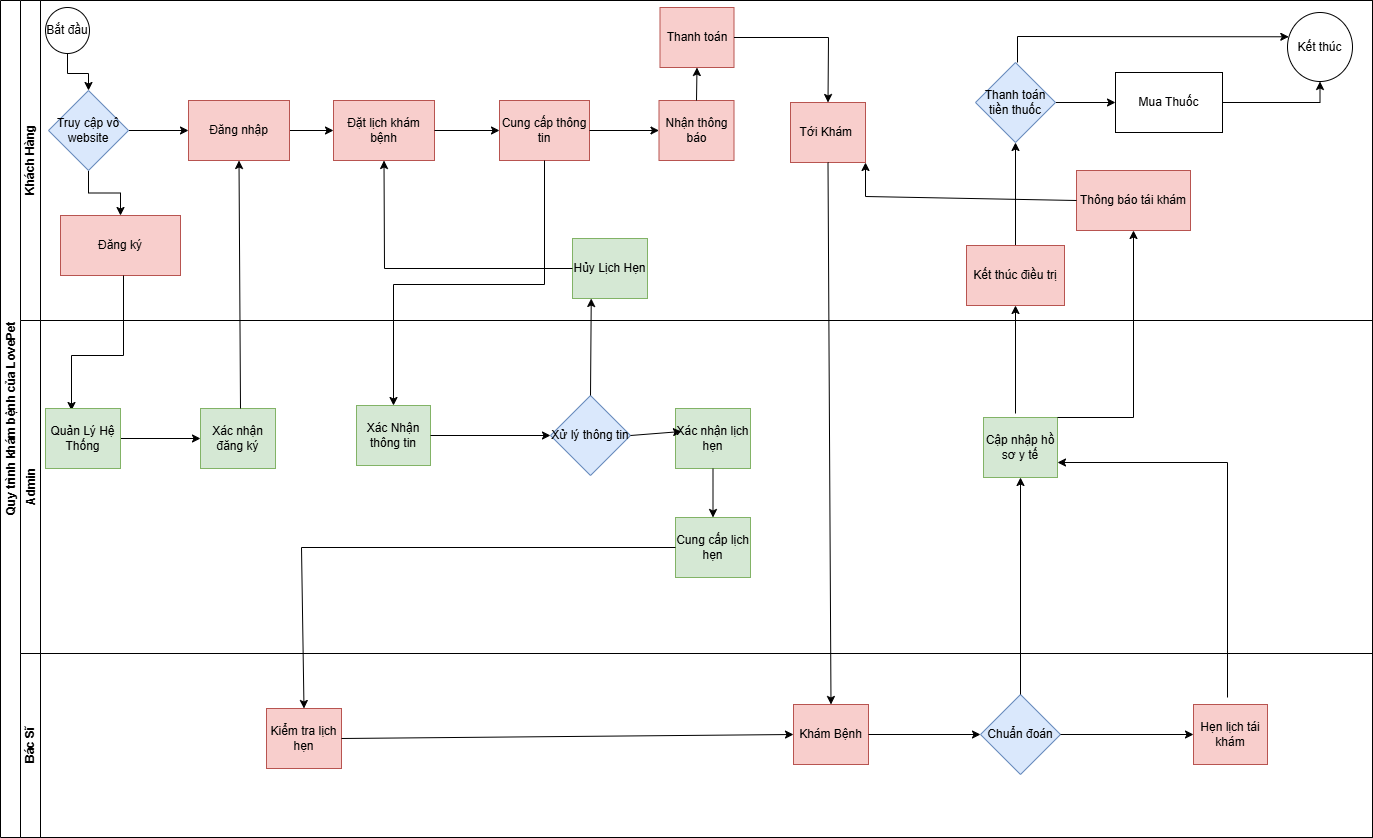
Above: QuyTrinhKhamBenh.drawio.png in Junglou/-n (draw.io), before the change. Source tidied: cells renumbered, new cells last; positions are measured from the earlier drawing's top-left corner, leaving out a move shared by most shapes.
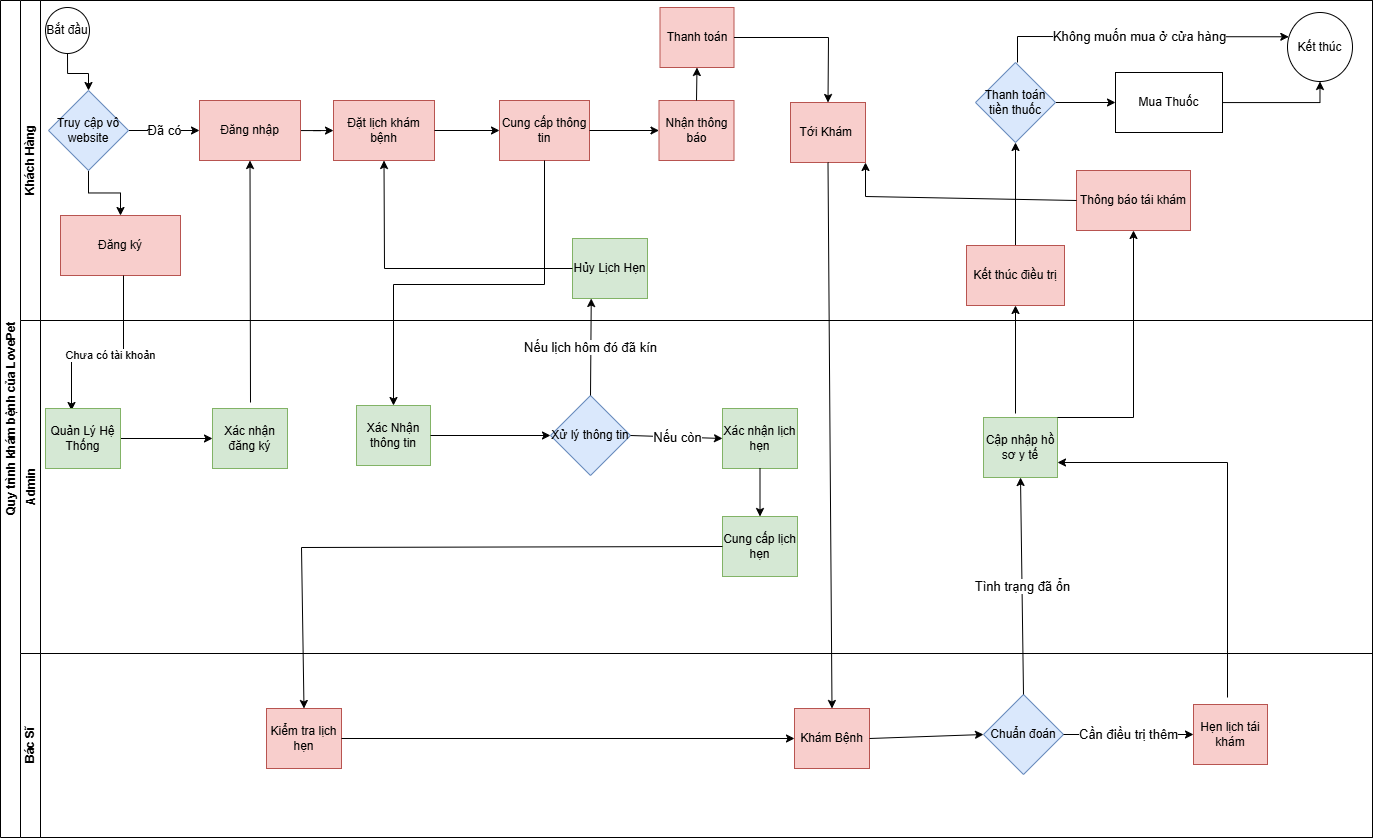
The same file after the commit.

Diff of the diagram source:
```diff
@@ -29,7 +29,7 @@
     <mxCell id="10" value="Thanh toán" style="rounded=0;whiteSpace=wrap;html=1;fillColor=#f8cecc;strokeColor=#b85450;" parent="3" vertex="1">
       <mxGeometry x="639.5" y="7" width="74" height="60" as="geometry" />
     </mxCell>
-    <mxCell id="11" style="edgeStyle=orthogonalEdgeStyle;rounded=0;jettySize=auto;html=1;" parent="3" edge="1" source="13" target="15">
+    <mxCell id="11" value="&lt;font style=&quot;font-size: 13px;&quot;&gt;Đã có&lt;/font&gt;" style="edgeStyle=orthogonalEdgeStyle;rounded=0;jettySize=auto;html=1;" parent="3" edge="1" source="13" target="15">
       <mxGeometry relative="1" as="geometry" />
     </mxCell>
     <mxCell id="12" style="edgeStyle=orthogonalEdgeStyle;rounded=0;jettySize=auto;html=1;" parent="3" edge="1" source="13" target="16">
@@ -42,12 +42,12 @@
       <mxGeometry relative="1" as="geometry" />
     </mxCell>
     <mxCell id="15" value="Đăng nhập" style="whiteSpace=wrap;html=1;fillColor=#f8cecc;strokeColor=#b85450;" parent="3" vertex="1">
-      <mxGeometry x="168" y="100" width="101" height="60" as="geometry" />
+      <mxGeometry x="179" y="100" width="101" height="60" as="geometry" />
     </mxCell>
     <mxCell id="16" value="Đăng ký" style="whiteSpace=wrap;html=1;fillColor=#f8cecc;strokeColor=#b85450;" parent="3" vertex="1">
       <mxGeometry x="40" y="215" width="120" height="60" as="geometry" />
     </mxCell>
-    <mxCell id="17" style="endArrow=classic;html=1;rounded=0;" parent="3" edge="1">
+    <mxCell id="17" value="Chưa có tài khoản" style="endArrow=classic;html=1;rounded=0;" parent="3" edge="1">
       <mxGeometry relative="1" as="geometry">
         <mxPoint x="103" y="275" as="sourcePoint" />
         <mxPoint x="51" y="410" as="targetPoint" />
@@ -87,7 +87,7 @@
     <mxCell id="27" value="Mua Thuốc" style="whiteSpace=wrap;html=1;" parent="3" vertex="1">
       <mxGeometry x="1095" y="72" width="107" height="60" as="geometry" />
     </mxCell>
-    <mxCell id="28" style="endArrow=classic;html=1;rounded=0;exitX=0.5;exitY=0;exitDx=0;exitDy=0;entryX=0.02;entryY=0.352;entryDx=0;entryDy=0;entryPerimeter=0;" parent="3" edge="1" target="9">
+    <mxCell id="28" value="&lt;font style=&quot;font-size: 13px;&quot;&gt;Không muốn mua ở cửa hàng&lt;/font&gt;" style="endArrow=classic;html=1;rounded=0;exitX=0.5;exitY=0;exitDx=0;exitDy=0;entryX=0.02;entryY=0.352;entryDx=0;entryDy=0;entryPerimeter=0;" parent="3" edge="1" target="9">
       <mxGeometry relative="1" as="geometry">
         <mxPoint x="997" y="62" as="sourcePoint" />
         <Array as="points">
@@ -132,7 +132,7 @@
       <mxGeometry x="25" y="88" width="75" height="60" as="geometry" />
     </mxCell>
     <mxCell id="37" value="Xác nhận lịch hẹn" style="whiteSpace=wrap;html=1;fillColor=#d5e8d4;strokeColor=#82b366;" parent="34" vertex="1">
-      <mxGeometry x="655" y="88" width="75" height="60" as="geometry" />
+      <mxGeometry x="702" y="88" width="75" height="60" as="geometry" />
     </mxCell>
     <mxCell id="38" value="Cập nhập hồ sơ y tế" style="whiteSpace=wrap;html=1;fillColor=#d5e8d4;strokeColor=#82b366;" parent="34" vertex="1">
       <mxGeometry x="963" y="97" width="74" height="60" as="geometry" />
@@ -141,26 +141,24 @@
       <mxGeometry x="336" y="85" width="74" height="60" as="geometry" />
     </mxCell>
     <mxCell id="40" value="Cung cấp lịch hẹn" style="whiteSpace=wrap;html=1;fillColor=#d5e8d4;strokeColor=#82b366;" parent="34" vertex="1">
-      <mxGeometry x="655" y="197" width="75" height="60" as="geometry" />
+      <mxGeometry x="702" y="196" width="75" height="60" as="geometry" />
     </mxCell>
     <mxCell id="41" value="Xử lý thông tin" style="rhombus;whiteSpace=wrap;html=1;fillColor=#dae8fc;strokeColor=#6c8ebf;" parent="34" vertex="1">
       <mxGeometry x="530" y="75" width="80" height="80" as="geometry" />
     </mxCell>
     <mxCell id="42" value="Xác nhận đăng ký" style="whiteSpace=wrap;html=1;fillColor=#d5e8d4;strokeColor=#82b366;" parent="34" vertex="1">
-      <mxGeometry x="180" y="88" width="75" height="60" as="geometry" />
+      <mxGeometry x="192" y="88" width="75" height="60" as="geometry" />
     </mxCell>
     <mxCell id="43" style="endArrow=classic;html=1;rounded=0;entryX=0.5;entryY=1;entryDx=0;entryDy=0;" parent="34" edge="1" target="15">
       <mxGeometry relative="1" as="geometry">
-        <mxPoint x="220" y="88" as="sourcePoint" />
+        <mxPoint x="230" y="82" as="sourcePoint" />
       </mxGeometry>
     </mxCell>
     <mxCell id="44" style="endArrow=classic;html=1;rounded=0;exitX=1;exitY=0.5;exitDx=0;exitDy=0;entryX=0;entryY=0.5;entryDx=0;entryDy=0;" parent="34" edge="1" source="39" target="41">
       <mxGeometry relative="1" as="geometry" />
     </mxCell>
-    <mxCell id="45" style="endArrow=classic;html=1;rounded=0;exitX=1;exitY=0.5;exitDx=0;exitDy=0;" parent="34" edge="1" source="41">
-      <mxGeometry relative="1" as="geometry">
-        <mxPoint x="661" y="111" as="targetPoint" />
-      </mxGeometry>
+    <mxCell id="45" value="&lt;font style=&quot;font-size: 13px;&quot;&gt;Nếu còn&lt;/font&gt;" style="endArrow=classic;html=1;rounded=0;exitX=1;exitY=0.5;exitDx=0;exitDy=0;entryX=0;entryY=0.5;entryDx=0;entryDy=0;" parent="34" edge="1" source="41" target="37">
+      <mxGeometry relative="1" as="geometry" />
     </mxCell>
     <mxCell id="46" style="endArrow=classic;html=1;rounded=0;exitX=0.5;exitY=1;exitDx=0;exitDy=0;entryX=0.5;entryY=0;entryDx=0;entryDy=0;" parent="34" edge="1" source="37" target="40">
       <mxGeometry relative="1" as="geometry" />
@@ -180,10 +178,10 @@
       <mxGeometry x="246" y="55" width="75" height="60" as="geometry" />
     </mxCell>
     <mxCell id="50" value="Chuẩn đoán" style="rhombus;whiteSpace=wrap;html=1;fillColor=#dae8fc;strokeColor=#6c8ebf;" parent="48" vertex="1">
-      <mxGeometry x="960" y="41" width="80" height="80" as="geometry" />
+      <mxGeometry x="963" y="41" width="80" height="80" as="geometry" />
     </mxCell>
     <mxCell id="51" value="Khám Bệnh" style="whiteSpace=wrap;html=1;fillColor=#f8cecc;strokeColor=#b85450;" parent="48" vertex="1">
-      <mxGeometry x="773" y="51" width="75" height="60" as="geometry" />
+      <mxGeometry x="774" y="55" width="75" height="60" as="geometry" />
     </mxCell>
     <mxCell id="52" value="Hẹn lịch tái khám" style="whiteSpace=wrap;html=1;fillColor=#f8cecc;strokeColor=#b85450;" parent="48" vertex="1">
       <mxGeometry x="1173" y="51" width="74" height="60" as="geometry" />
@@ -194,10 +192,10 @@
     <mxCell id="54" style="endArrow=classic;html=1;rounded=0;exitX=1;exitY=0.5;exitDx=0;exitDy=0;entryX=0;entryY=0.5;entryDx=0;entryDy=0;" parent="48" edge="1" source="51" target="50">
       <mxGeometry relative="1" as="geometry" />
     </mxCell>
-    <mxCell id="55" style="endArrow=classic;html=1;rounded=0;exitX=1;exitY=0.5;exitDx=0;exitDy=0;entryX=0;entryY=0.5;entryDx=0;entryDy=0;" parent="48" edge="1" source="50" target="52">
+    <mxCell id="55" value="&lt;font style=&quot;font-size: 13px;&quot;&gt;Cần điều trị thêm&lt;/font&gt;" style="endArrow=classic;html=1;rounded=0;exitX=1;exitY=0.5;exitDx=0;exitDy=0;entryX=0;entryY=0.5;entryDx=0;entryDy=0;" parent="48" edge="1" source="50" target="52">
       <mxGeometry relative="1" as="geometry" />
     </mxCell>
-    <mxCell id="56" style="endArrow=classic;html=1;rounded=0;exitX=0.5;exitY=0;exitDx=0;exitDy=0;entryX=0.25;entryY=1;entryDx=0;entryDy=0;" parent="2" edge="1" source="41" target="21">
+    <mxCell id="56" value="&lt;font style=&quot;font-size: 13px;&quot;&gt;Nếu lịch hôm đó đã kín&lt;/font&gt;" style="endArrow=classic;html=1;rounded=0;exitX=0.5;exitY=0;exitDx=0;exitDy=0;entryX=0.25;entryY=1;entryDx=0;entryDy=0;" parent="2" edge="1" source="41" target="21">
       <mxGeometry relative="1" as="geometry" />
     </mxCell>
     <mxCell id="57" style="endArrow=classic;html=1;rounded=0;exitX=0;exitY=0.5;exitDx=0;exitDy=0;entryX=0.5;entryY=0;entryDx=0;entryDy=0;" parent="2" edge="1" source="40" target="49">
@@ -210,7 +208,7 @@
     <mxCell id="58" style="endArrow=classic;html=1;rounded=0;exitX=0.5;exitY=1;exitDx=0;exitDy=0;entryX=0.5;entryY=0;entryDx=0;entryDy=0;" parent="2" edge="1" source="7" target="51">
       <mxGeometry relative="1" as="geometry" />
     </mxCell>
-    <mxCell id="59" style="endArrow=classic;html=1;rounded=0;exitX=0.5;exitY=0;exitDx=0;exitDy=0;entryX=0.5;entryY=1;entryDx=0;entryDy=0;" parent="2" edge="1" source="50" target="38">
+    <mxCell id="59" value="&lt;font style=&quot;font-size: 13px;&quot;&gt;Tình trạng đã ổn&lt;/font&gt;" style="endArrow=classic;html=1;rounded=0;exitX=0.5;exitY=0;exitDx=0;exitDy=0;entryX=0.5;entryY=1;entryDx=0;entryDy=0;" parent="2" edge="1" source="50" target="38">
       <mxGeometry relative="1" as="geometry" />
     </mxCell>
     <mxCell id="60" style="endArrow=classic;html=1;rounded=0;entryX=0.5;entryY=1;entryDx=0;entryDy=0;" parent="2" edge="1" target="23">
```
